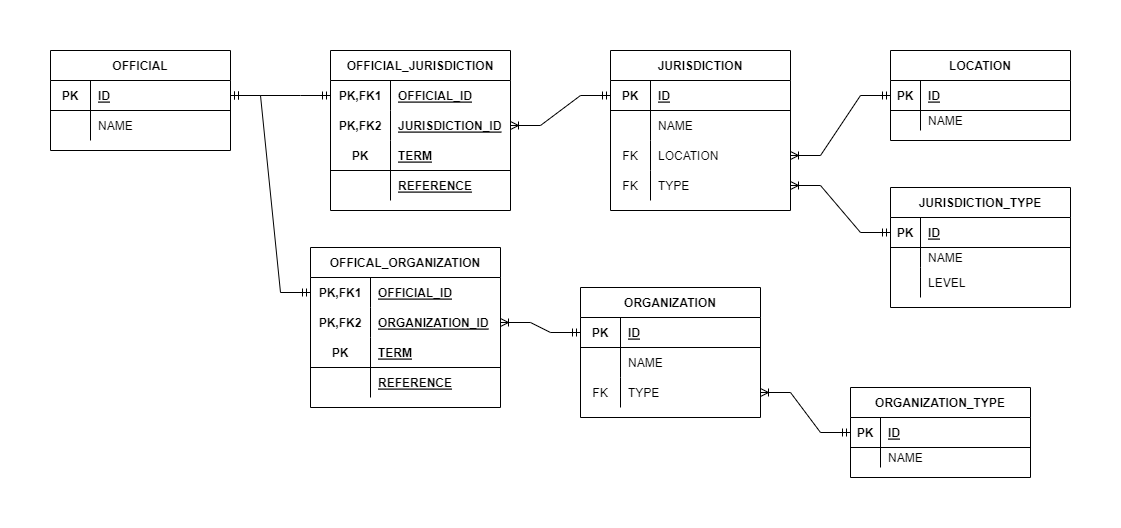
Before: doc/datamodel.drawio.png, a diagram exported from draw.io (leiter-jakab/representme). Source tidied: cells renumbered, new cells last; positions are measured from the earlier drawing's top-left corner, leaving out a move shared by most shapes.
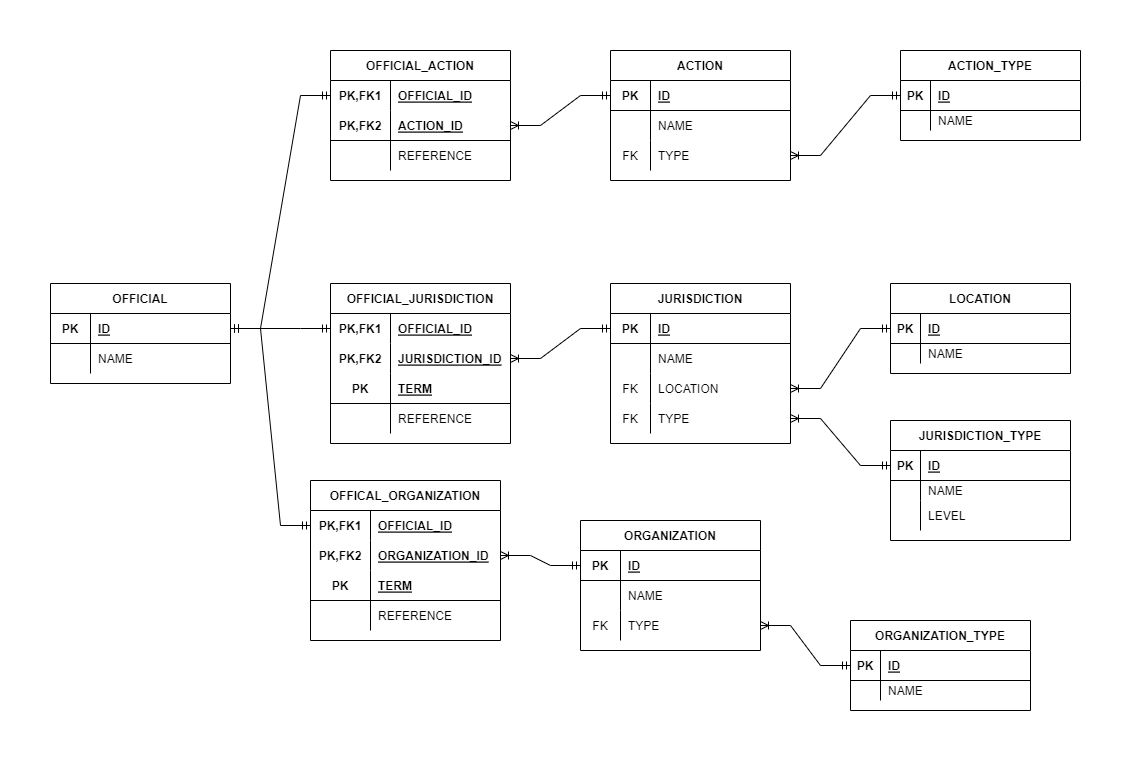
After the commit.

Change to the diagram source:
```diff
@@ -128,7 +128,7 @@
     <mxCell id="43" style="shape=partialRectangle;fillColor=none;top=0;left=0;bottom=0;right=0;fontStyle=1;overflow=hidden;" parent="42" vertex="1">
       <mxGeometry width="60" height="30" as="geometry" />
     </mxCell>
-    <mxCell id="44" value="REFERENCE" style="shape=partialRectangle;fillColor=none;top=0;left=0;bottom=0;right=0;align=left;spacingLeft=6;fontStyle=5;overflow=hidden;strokeColor=default;" parent="42" vertex="1">
+    <mxCell id="44" value="REFERENCE" style="shape=partialRectangle;fillColor=none;top=0;left=0;bottom=0;right=0;align=left;spacingLeft=6;fontStyle=0;overflow=hidden;strokeColor=default;" parent="42" vertex="1">
       <mxGeometry x="60" width="120" height="30" as="geometry" />
     </mxCell>
     <mxCell id="45" style="edgeStyle=entityRelationEdgeStyle;fontSize=12;html=1;endArrow=ERmandOne;startArrow=ERmandOne;rounded=0;exitX=1;exitY=0.5;exitDx=0;exitDy=0;entryX=0;entryY=0.5;entryDx=0;entryDy=0;" parent="1" edge="1" source="3" target="33">
@@ -197,7 +197,7 @@
     <mxCell id="66" style="shape=partialRectangle;fillColor=none;top=0;left=0;bottom=0;right=0;fontStyle=1;overflow=hidden;" parent="65" vertex="1">
       <mxGeometry width="60" height="30" as="geometry" />
     </mxCell>
-    <mxCell id="67" value="REFERENCE" style="shape=partialRectangle;fillColor=none;top=0;left=0;bottom=0;right=0;align=left;spacingLeft=6;fontStyle=5;overflow=hidden;" parent="65" vertex="1">
+    <mxCell id="67" value="REFERENCE" style="shape=partialRectangle;fillColor=none;top=0;left=0;bottom=0;right=0;align=left;spacingLeft=6;fontStyle=0;overflow=hidden;" parent="65" vertex="1">
       <mxGeometry x="60" width="130" height="30" as="geometry" />
     </mxCell>
     <mxCell id="68" value="ORGANIZATION" style="shape=table;startSize=30;rowLines=0;fontStyle=1;align=center;" parent="1" vertex="1">
@@ -263,5 +263,98 @@
     <mxCell id="88" style="edgeStyle=entityRelationEdgeStyle;fontSize=12;html=1;endArrow=ERoneToMany;startArrow=ERmandOne;rounded=0;exitX=0;exitY=0.5;exitDx=0;exitDy=0;entryX=1;entryY=0.5;entryDx=0;entryDy=0;" parent="1" edge="1" source="10" target="36">
       <mxGeometry relative="1" as="geometry" />
     </mxCell>
+    <mxCell id="89" value="ACTION" style="shape=table;startSize=30;rowLines=0;fontStyle=1;align=center;" parent="1" vertex="1">
+      <mxGeometry x="560" y="-233" width="180" height="130" as="geometry" />
+    </mxCell>
+    <mxCell id="90" style="shape=tableRow;horizontal=0;startSize=0;swimlaneHead=0;swimlaneBody=0;fillColor=none;points=[[0,0.5],[1,0.5]];portConstraint=eastwest;top=0;left=0;right=0;bottom=1;" parent="89" vertex="1">
+      <mxGeometry y="30" width="180" height="30" as="geometry" />
+    </mxCell>
+    <mxCell id="91" value="PK" style="shape=partialRectangle;fillColor=none;top=0;left=0;bottom=0;right=0;fontStyle=1;overflow=hidden;" parent="90" vertex="1">
+      <mxGeometry width="40" height="30" as="geometry" />
+    </mxCell>
+    <mxCell id="92" value="ID" style="shape=partialRectangle;fillColor=none;top=0;left=0;bottom=0;right=0;align=left;spacingLeft=6;fontStyle=5;overflow=hidden;" parent="90" vertex="1">
+      <mxGeometry x="40" width="140" height="30" as="geometry" />
+    </mxCell>
+    <mxCell id="93" style="shape=tableRow;horizontal=0;startSize=0;swimlaneHead=0;swimlaneBody=0;fillColor=none;top=0;left=0;right=0;bottom=0;" parent="89" vertex="1">
+      <mxGeometry y="60" width="180" height="30" as="geometry" />
+    </mxCell>
+    <mxCell id="94" style="shape=partialRectangle;fillColor=none;top=0;left=0;bottom=0;right=0;overflow=hidden;" parent="93" vertex="1">
+      <mxGeometry width="40" height="30" as="geometry" />
+    </mxCell>
+    <mxCell id="95" value="NAME" style="shape=partialRectangle;fillColor=none;top=0;left=0;bottom=0;right=0;align=left;spacingLeft=6;overflow=hidden;" parent="93" vertex="1">
+      <mxGeometry x="40" width="140" height="30" as="geometry" />
+    </mxCell>
+    <mxCell id="96" style="shape=tableRow;horizontal=0;startSize=0;swimlaneHead=0;swimlaneBody=0;fillColor=none;points=[[0,0.5],[1,0.5]];portConstraint=eastwest;top=0;left=0;right=0;bottom=0;" parent="89" vertex="1">
+      <mxGeometry y="90" width="180" height="30" as="geometry" />
+    </mxCell>
+    <mxCell id="97" value="FK" style="shape=partialRectangle;fillColor=none;top=0;left=0;bottom=0;right=0;overflow=hidden;" parent="96" vertex="1">
+      <mxGeometry width="40" height="30" as="geometry" />
+    </mxCell>
+    <mxCell id="98" value="TYPE" style="shape=partialRectangle;fillColor=none;top=0;left=0;bottom=0;right=0;align=left;spacingLeft=6;overflow=hidden;" parent="96" vertex="1">
+      <mxGeometry x="40" width="140" height="30" as="geometry" />
+    </mxCell>
+    <mxCell id="99" value="ACTION_TYPE" style="shape=table;startSize=30;rowLines=0;fontStyle=1;align=center;" parent="1" vertex="1">
+      <mxGeometry x="850" y="-233" width="180" height="90" as="geometry" />
+    </mxCell>
+    <mxCell id="100" style="shape=tableRow;horizontal=0;startSize=0;swimlaneHead=0;swimlaneBody=0;fillColor=none;points=[[0,0.5],[1,0.5]];portConstraint=eastwest;top=0;left=0;right=0;bottom=1;" parent="99" vertex="1">
+      <mxGeometry y="30" width="180" height="30" as="geometry" />
+    </mxCell>
+    <mxCell id="101" value="PK" style="shape=partialRectangle;fillColor=none;top=0;left=0;bottom=0;right=0;fontStyle=1;overflow=hidden;" parent="100" vertex="1">
+      <mxGeometry width="30" height="30" as="geometry" />
+    </mxCell>
+    <mxCell id="102" value="ID" style="shape=partialRectangle;fillColor=none;top=0;left=0;bottom=0;right=0;align=left;spacingLeft=6;fontStyle=5;overflow=hidden;" parent="100" vertex="1">
+      <mxGeometry x="30" width="150" height="30" as="geometry" />
+    </mxCell>
+    <mxCell id="103" style="shape=tableRow;horizontal=0;startSize=0;swimlaneHead=0;swimlaneBody=0;fillColor=none;top=0;left=0;right=0;bottom=0;" parent="99" vertex="1">
+      <mxGeometry y="60" width="180" height="20" as="geometry" />
+    </mxCell>
+    <mxCell id="104" style="shape=partialRectangle;fillColor=none;top=0;left=0;bottom=0;right=0;overflow=hidden;" parent="103" vertex="1">
+      <mxGeometry width="30" height="20" as="geometry" />
+    </mxCell>
+    <mxCell id="105" value="NAME" style="shape=partialRectangle;fillColor=none;top=0;left=0;bottom=0;right=0;align=left;spacingLeft=6;overflow=hidden;" parent="103" vertex="1">
+      <mxGeometry x="30" width="150" height="20" as="geometry" />
+    </mxCell>
+    <mxCell id="106" style="edgeStyle=entityRelationEdgeStyle;fontSize=12;html=1;endArrow=ERoneToMany;startArrow=ERmandOne;rounded=0;exitX=0;exitY=0.5;exitDx=0;exitDy=0;" parent="1" edge="1" source="100" target="96">
+      <mxGeometry relative="1" as="geometry" />
+    </mxCell>
+    <mxCell id="107" value="OFFICIAL_ACTION" style="shape=table;startSize=30;rowLines=0;fontStyle=1;align=center;swimlaneLine=1;" parent="1" vertex="1">
+      <mxGeometry x="280" y="-233" width="180" height="130" as="geometry" />
+    </mxCell>
+    <mxCell id="108" style="shape=tableRow;horizontal=0;startSize=0;swimlaneHead=0;swimlaneBody=0;fillColor=none;points=[[0,0.5],[1,0.5]];portConstraint=eastwest;top=0;left=0;right=0;bottom=0;" parent="107" vertex="1">
+      <mxGeometry y="30" width="180" height="30" as="geometry" />
+    </mxCell>
+    <mxCell id="109" value="PK,FK1" style="shape=partialRectangle;fillColor=none;top=0;left=0;bottom=0;right=0;fontStyle=1;overflow=hidden;" parent="108" vertex="1">
+      <mxGeometry width="60" height="30" as="geometry" />
+    </mxCell>
+    <mxCell id="110" value="OFFICIAL_ID" style="shape=partialRectangle;fillColor=none;top=0;left=0;bottom=0;right=0;align=left;spacingLeft=6;fontStyle=5;overflow=hidden;" parent="108" vertex="1">
+      <mxGeometry x="60" width="120" height="30" as="geometry" />
+    </mxCell>
+    <mxCell id="111" style="shape=tableRow;horizontal=0;startSize=0;swimlaneHead=0;swimlaneBody=0;fillColor=none;points=[[0,0.5],[1,0.5]];portConstraint=eastwest;top=0;left=0;right=0;bottom=1;" parent="107" vertex="1">
+      <mxGeometry y="60" width="180" height="30" as="geometry" />
+    </mxCell>
+    <mxCell id="112" value="PK,FK2" style="shape=partialRectangle;fillColor=none;top=0;left=0;bottom=0;right=0;fontStyle=1;overflow=hidden;" parent="111" vertex="1">
+      <mxGeometry width="60" height="30" as="geometry" />
+    </mxCell>
+    <mxCell id="113" value="ACTION_ID" style="shape=partialRectangle;fillColor=none;top=0;left=0;bottom=0;right=0;align=left;spacingLeft=6;fontStyle=5;overflow=hidden;" parent="111" vertex="1">
+      <mxGeometry x="60" width="120" height="30" as="geometry" />
+    </mxCell>
+    <mxCell id="114" style="shape=tableRow;horizontal=0;startSize=0;swimlaneHead=0;swimlaneBody=0;fillColor=none;top=0;left=0;right=0;bottom=1;swimlaneLine=1;strokeColor=none;" parent="107" vertex="1">
+      <mxGeometry y="90" width="180" height="30" as="geometry" />
+    </mxCell>
+    <mxCell id="115" style="shape=partialRectangle;fillColor=none;top=0;left=0;bottom=0;right=0;fontStyle=1;overflow=hidden;" parent="114" vertex="1">
+      <mxGeometry width="60" height="30" as="geometry" />
+    </mxCell>
+    <mxCell id="116" value="REFERENCE" style="shape=partialRectangle;fillColor=none;top=0;left=0;bottom=0;right=0;align=left;spacingLeft=6;fontStyle=0;overflow=hidden;strokeColor=default;" parent="114" vertex="1">
+      <mxGeometry x="60" width="120" height="30" as="geometry" />
+    </mxCell>
+    <mxCell id="117" style="edgeStyle=entityRelationEdgeStyle;fontSize=12;html=1;endArrow=ERmandOne;startArrow=ERmandOne;rounded=0;exitX=1;exitY=0.5;exitDx=0;exitDy=0;entryX=0;entryY=0.5;entryDx=0;entryDy=0;" parent="1" edge="1" source="3" target="108">
+      <mxGeometry relative="1" as="geometry" />
+    </mxCell>
+    <mxCell id="118" style="edgeStyle=entityRelationEdgeStyle;fontSize=12;html=1;endArrow=ERoneToMany;startArrow=ERmandOne;rounded=0;exitX=0;exitY=0.5;exitDx=0;exitDy=0;entryX=1;entryY=0.5;entryDx=0;entryDy=0;" parent="1" edge="1" source="90" target="x">
+      <mxGeometry relative="1" as="geometry" />
+    </mxCell>
+    <mxCell id="119" style="edgeStyle=entityRelationEdgeStyle;fontSize=12;html=1;endArrow=ERoneToMany;startArrow=ERmandOne;rounded=0;exitX=0;exitY=0.5;exitDx=0;exitDy=0;entryX=1;entryY=0.5;entryDx=0;entryDy=0;" parent="1" edge="1" source="90" target="111">
+      <mxGeometry relative="1" as="geometry" />
+    </mxCell>
   </root>
 </mxGraphModel>
```
